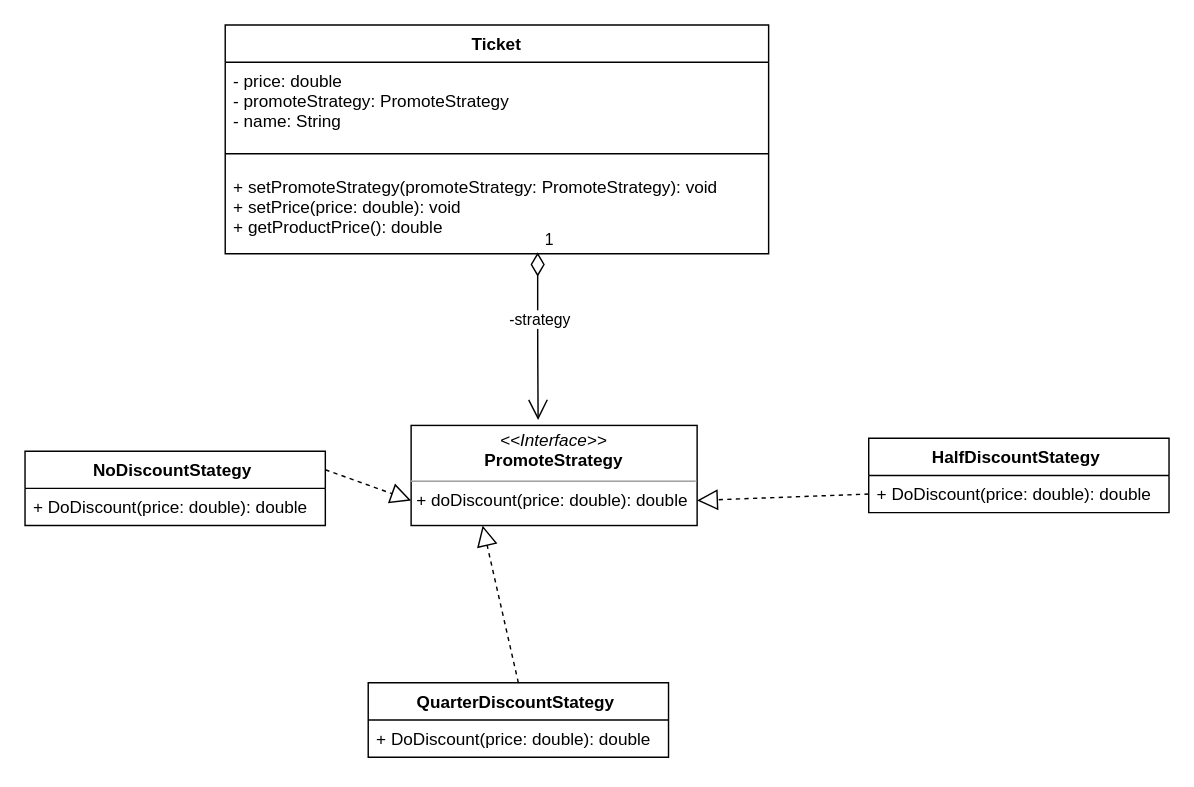
Above: StrategyDesignPatternDemo.drawio in tue0305/DesignPatternDemo (draw.io), before the change. Source tidied: cells renumbered, new cells numbered last; positions are measured from the earlier drawing's top-left corner, leaving out a move shared by most shapes. Both pictures are drawn from the tidied source at 143%, with x=0, y=0 at pixel (24, 24).
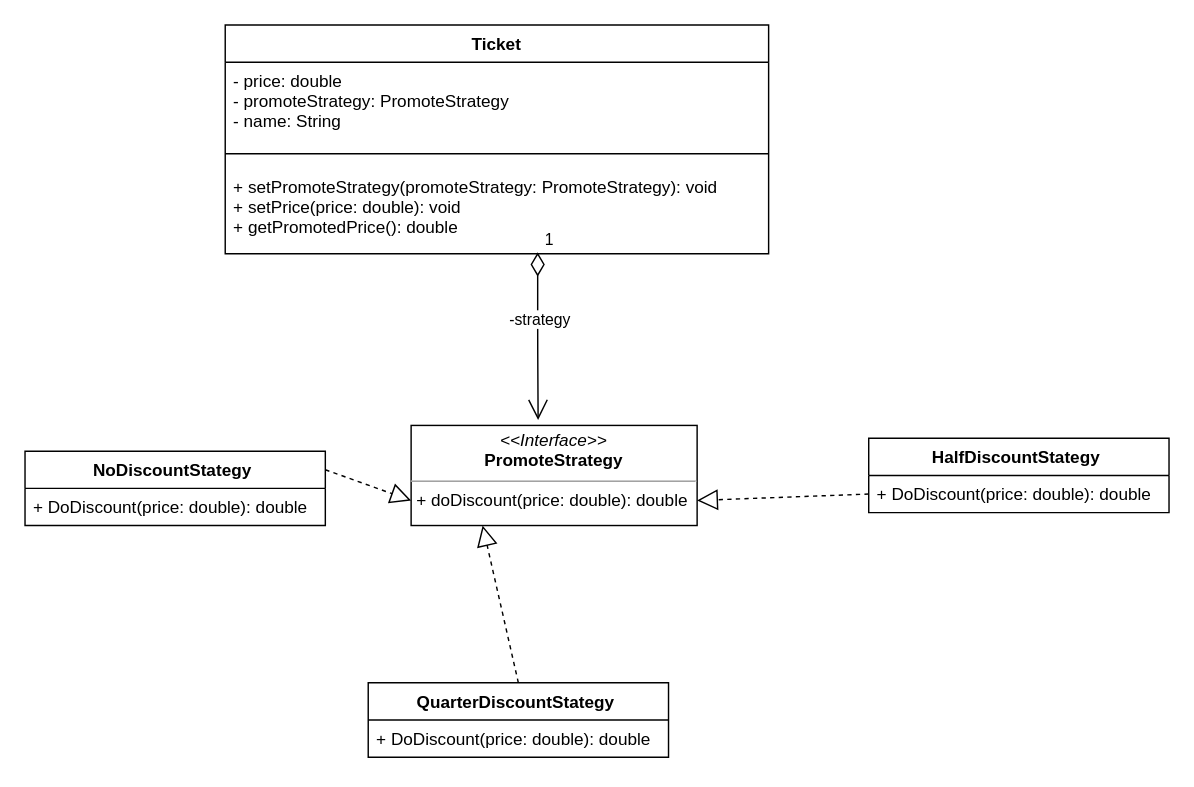
The same diagram, later.

The edit, as a diff of the source:
```diff
@@
 <mxGraphModel>
   <root>
     <mxCell id="0" />
     <mxCell id="1" parent="0" />
     <mxCell id="2" value="Ticket&#10;" style="swimlane;fontStyle=1;align=center;verticalAlign=top;horizontal=1;startSize=26;" parent="1" vertex="1">
       <mxGeometry x="140" width="380" height="160" as="geometry" />
     </mxCell>
     <mxCell id="3" value="- price: double&#10;- promoteStrategy: PromoteStrategy&#10;- name: String" style="text;strokeColor=none;fillColor=none;align=left;verticalAlign=top;spacingLeft=4;spacingRight=4;overflow=hidden;" parent="2" vertex="1">
       <mxGeometry y="26" width="380" height="54" as="geometry" />
     </mxCell>
     <mxCell id="4" style="line;strokeWidth=1;fillColor=none;align=left;verticalAlign=middle;spacingTop=-1;spacingLeft=3;spacingRight=3;labelPosition=right;" parent="2" vertex="1">
       <mxGeometry y="80" width="380" height="20" as="geometry" />
     </mxCell>
-    <mxCell id="5" value="+ setPromoteStrategy(promoteStrategy: PromoteStrategy): void&#10;+ setPrice(price: double): void &#10;+ getProductPrice(): double" style="text;strokeColor=none;fillColor=none;align=left;verticalAlign=top;spacingLeft=4;spacingRight=4;overflow=hidden;points=[[0,0.5],[1,0.5]];portConstraint=eastwest;" parent="2" vertex="1">
+    <mxCell id="5" value="+ setPromoteStrategy(promoteStrategy: PromoteStrategy): void&#10;+ setPrice(price: double): void &#10;+ getPromotedPrice(): double" style="text;strokeColor=none;fillColor=none;align=left;verticalAlign=top;spacingLeft=4;spacingRight=4;overflow=hidden;points=[[0,0.5],[1,0.5]];portConstraint=eastwest;" parent="2" vertex="1">
       <mxGeometry y="100" width="380" height="60" as="geometry" />
     </mxCell>
     <mxCell id="6" value="&lt;p style=&quot;margin: 0px ; margin-top: 4px ; text-align: center&quot;&gt;&lt;i&gt;&amp;lt;&amp;lt;Interface&amp;gt;&amp;gt;&lt;/i&gt;&lt;br&gt;&lt;b&gt;PromoteStrategy&lt;/b&gt;&lt;/p&gt;&lt;hr size=&quot;1&quot;&gt;&lt;p style=&quot;margin: 0px ; margin-left: 4px&quot;&gt;+ doDiscount(price: double): double&lt;br&gt;&lt;/p&gt;&lt;p style=&quot;margin: 0px ; margin-left: 4px&quot;&gt;&lt;br&gt;&lt;/p&gt;" style="verticalAlign=top;align=left;overflow=fill;fontSize=12;fontFamily=Helvetica;html=1;" parent="1" vertex="1">
       <mxGeometry x="270" y="280" width="200" height="70" as="geometry" />
     </mxCell>
     <mxCell id="7" value="1" style="endArrow=open;html=1;endSize=12;startArrow=diamondThin;startSize=14;startFill=0;edgeStyle=orthogonalEdgeStyle;align=left;verticalAlign=bottom;exitX=0.575;exitY=0.983;exitDx=0;exitDy=0;exitPerimeter=0;entryX=0.444;entryY=-0.054;entryDx=0;entryDy=0;entryPerimeter=0;" parent="1" edge="1" source="5" target="6">
       <mxGeometry x="-1" y="3" relative="1" as="geometry" />
     </mxCell>
     <mxCell id="8" value="-strategy" style="edgeLabel;html=1;align=center;verticalAlign=middle;" parent="7" vertex="1">
       <mxGeometry x="-0.22" y="-2" relative="1" as="geometry">
         <mxPoint x="3" y="1" as="offset" />
       </mxGeometry>
     </mxCell>
     <mxCell id="9" value="NoDiscountStategy " style="swimlane;fontStyle=1;horizontal=1;startSize=26;fillColor=none;" parent="1" vertex="1">
       <mxGeometry y="298" width="210" height="52" as="geometry" />
     </mxCell>
     <mxCell id="10" value="+ DoDiscount(price: double): double" style="text;strokeColor=none;fillColor=none;align=left;verticalAlign=top;spacingLeft=4;spacingRight=4;overflow=hidden;" parent="9" vertex="1">
       <mxGeometry y="26" width="210" height="26" as="geometry" />
     </mxCell>
     <mxCell id="11" style="endArrow=block;dashed=1;endFill=0;endSize=12;html=1;entryX=0;entryY=0.75;entryDx=0;entryDy=0;exitX=1;exitY=0.25;exitDx=0;exitDy=0;" parent="1" edge="1" source="9" target="6">
       <mxGeometry relative="1" as="geometry" />
     </mxCell>
     <mxCell id="12" style="endArrow=block;dashed=1;endFill=0;endSize=12;html=1;entryX=0.25;entryY=1;entryDx=0;entryDy=0;exitX=0.5;exitY=0;exitDx=0;exitDy=0;" parent="1" edge="1" source="14" target="6">
       <mxGeometry relative="1" as="geometry" />
     </mxCell>
     <mxCell id="13" style="endArrow=block;dashed=1;endFill=0;endSize=12;html=1;entryX=1;entryY=0.75;entryDx=0;entryDy=0;exitX=0;exitY=0.5;exitDx=0;exitDy=0;" parent="1" edge="1" source="17" target="6">
       <mxGeometry relative="1" as="geometry" />
     </mxCell>
     <mxCell id="14" value="QuarterDiscountStategy " style="swimlane;fontStyle=1;horizontal=1;startSize=26;fillColor=none;" parent="1" vertex="1">
       <mxGeometry x="240" y="460" width="210" height="52" as="geometry" />
     </mxCell>
     <mxCell id="15" value="+ DoDiscount(price: double): double" style="text;strokeColor=none;fillColor=none;align=left;verticalAlign=top;spacingLeft=4;spacingRight=4;overflow=hidden;" parent="14" vertex="1">
       <mxGeometry y="26" width="210" height="26" as="geometry" />
     </mxCell>
     <mxCell id="16" value="HalfDiscountStategy " style="swimlane;fontStyle=1;horizontal=1;startSize=26;fillColor=none;" parent="1" vertex="1">
       <mxGeometry x="590" y="289" width="210" height="52" as="geometry" />
     </mxCell>
     <mxCell id="17" value="+ DoDiscount(price: double): double" style="text;strokeColor=none;fillColor=none;align=left;verticalAlign=top;spacingLeft=4;spacingRight=4;overflow=hidden;points=[[0,0.5],[1,0.5]];portConstraint=eastwest;" parent="16" vertex="1">
       <mxGeometry y="26" width="210" height="26" as="geometry" />
     </mxCell>
   </root>
 </mxGraphModel>
```
